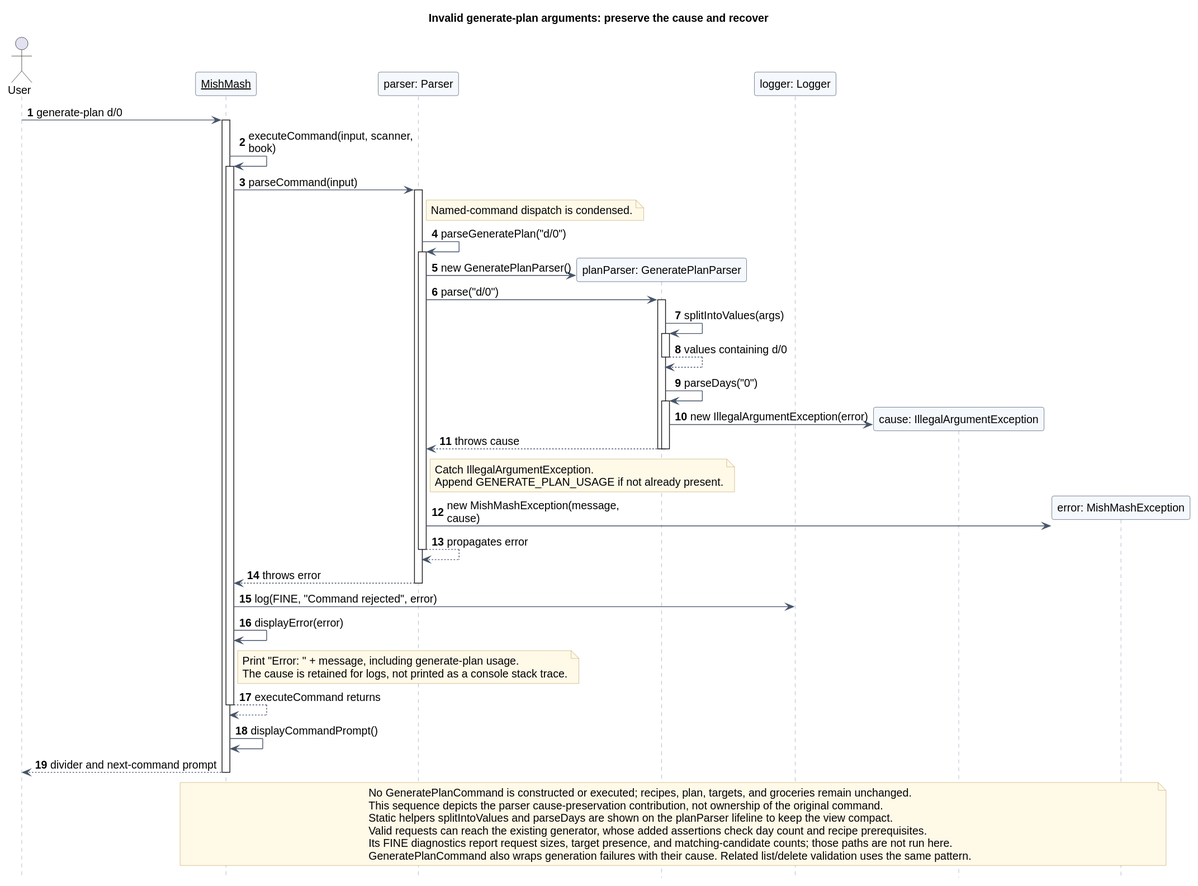
AY2627S1-CS2113-W13-4/tp keeps this PlantUML diagram as docs/images/oilybikechain/diagnostic-recovery.svg. Above is the earlier version. Source of this version:
```plantuml
@startuml
!include ../shortfall/style.iuml
title Invalid generate-plan arguments: preserve the cause and recover
autonumber
actor User
participant "<u>MishMash</u>" as App
participant "parser: Parser" as Parser
participant "planParser: GeneratePlanParser" as PlanParser
participant "logger: Logger" as Logger

User -> App : generate-plan d/0
activate App
App -> App : executeCommand(input, scanner, book)
activate App
App -> Parser : parseCommand(input)
activate Parser
note right of Parser : Named-command dispatch is condensed.
Parser -> Parser : parseGeneratePlan("d/0")
activate Parser
create PlanParser
Parser -> PlanParser : new GeneratePlanParser()
Parser -> PlanParser : parse("d/0")
activate PlanParser
PlanParser -> PlanParser : splitIntoValues(args)
activate PlanParser
PlanParser --> PlanParser : values containing d/0
deactivate PlanParser
PlanParser -> PlanParser : parseDays("0")
activate PlanParser
create participant "cause: IllegalArgumentException" as Cause
PlanParser -> Cause : new IllegalArgumentException(error)
PlanParser --> Parser : throws cause
deactivate PlanParser
deactivate PlanParser
note right of Parser
  Catch IllegalArgumentException.
  Append GENERATE_PLAN_USAGE if not already present.
end note
create participant "error: MishMashException" as Error
Parser -> Error : new MishMashException(message, cause)
Parser --> Parser : propagates error
deactivate Parser
Parser --> App : throws error
deactivate Parser
App -> Logger : log(FINE, "Command rejected", error)
App -> App : displayError(error)
note right of App : Print "Error: " + message, including generate-plan usage.\nThe cause is retained for logs, not printed as a console stack trace.
App --> App : executeCommand returns
deactivate App
App -> App : displayCommandPrompt()
App --> User : divider and next-command prompt
deactivate App

note over App, Error
  No GeneratePlanCommand is constructed or executed; recipes, plan, targets, and groceries remain unchanged.
  This sequence depicts the parser cause-preservation contribution, not ownership of the original command.
  Static helpers splitIntoValues and parseDays are shown on the planParser lifeline to keep the view compact.
  Valid requests can reach the existing generator, whose added assertions check day count and recipe prerequisites.
  Its FINE diagnostics report request sizes, target presence, and matching-candidate counts; those paths are not run here.
  GeneratePlanCommand also wraps generation failures with their cause. Related list/delete validation uses the same pattern.
end note
@enduml
```
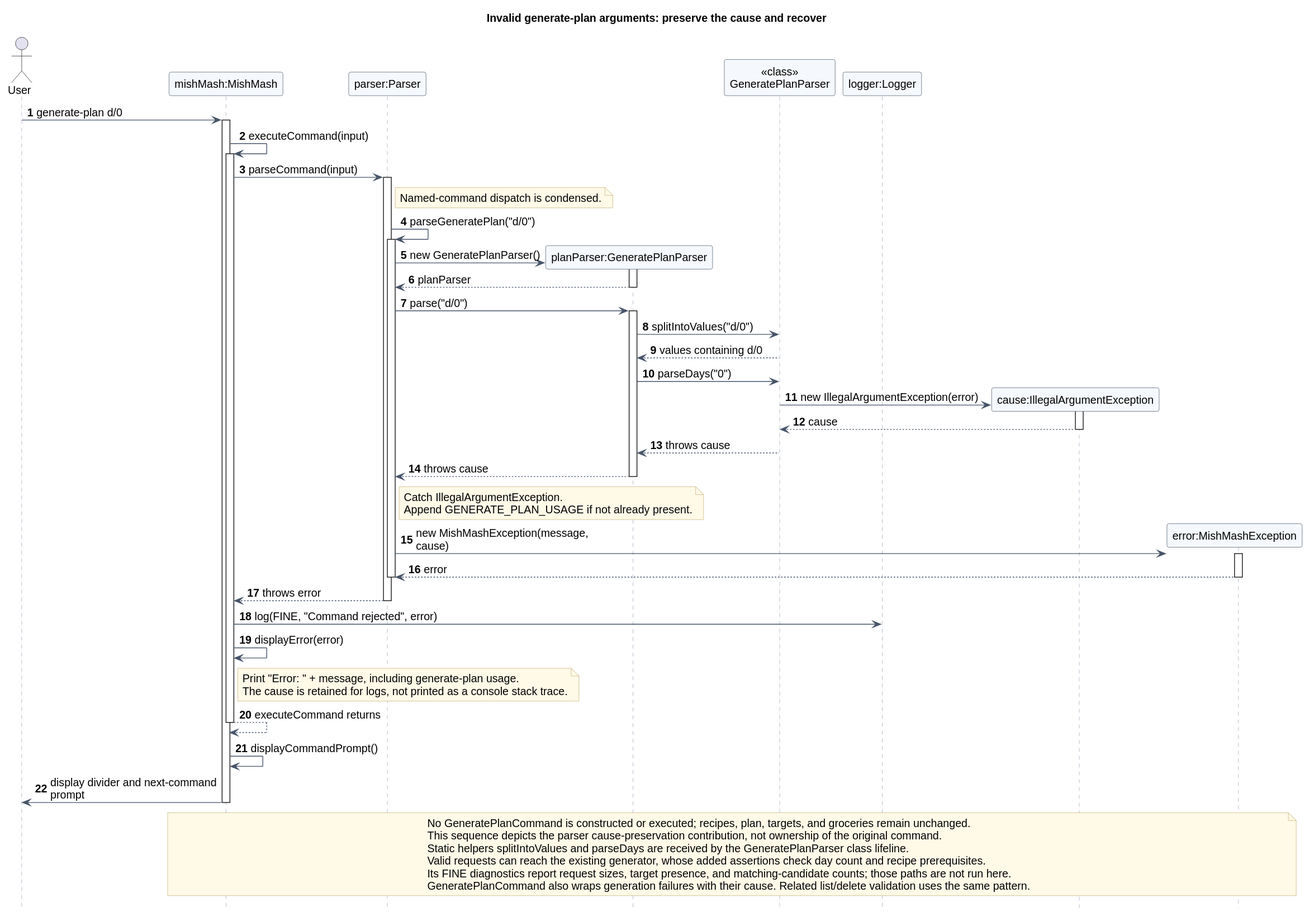
Later version of the same file.

What changed in the source:
```diff
@@ -3,14 +3,15 @@
 title Invalid generate-plan arguments: preserve the cause and recover
 autonumber
 actor User
-participant "<u>MishMash</u>" as App
-participant "parser: Parser" as Parser
-participant "planParser: GeneratePlanParser" as PlanParser
-participant "logger: Logger" as Logger
+participant "mishMash:MishMash" as App
+participant "parser:Parser" as Parser
+participant "planParser:GeneratePlanParser" as PlanParser
+participant "<<class>>\nGeneratePlanParser" as PlanParserClass
+participant "logger:Logger" as Logger
 
 User -> App : generate-plan d/0
 activate App
-App -> App : executeCommand(input, scanner, book)
+App -> App : executeCommand(input)
 activate App
 App -> Parser : parseCommand(input)
 activate Parser
@@ -19,26 +20,31 @@
 activate Parser
 create PlanParser
 Parser -> PlanParser : new GeneratePlanParser()
+activate PlanParser
+PlanParser --> Parser : planParser
+deactivate PlanParser
 Parser -> PlanParser : parse("d/0")
 activate PlanParser
-PlanParser -> PlanParser : splitIntoValues(args)
-activate PlanParser
-PlanParser --> PlanParser : values containing d/0
-deactivate PlanParser
-PlanParser -> PlanParser : parseDays("0")
-activate PlanParser
-create participant "cause: IllegalArgumentException" as Cause
-PlanParser -> Cause : new IllegalArgumentException(error)
+PlanParser -> PlanParserClass : splitIntoValues("d/0")
+PlanParserClass --> PlanParser : values containing d/0
+PlanParser -> PlanParserClass : parseDays("0")
+create participant "cause:IllegalArgumentException" as Cause
+PlanParserClass -> Cause : new IllegalArgumentException(error)
+activate Cause
+Cause --> PlanParserClass : cause
+deactivate Cause
+PlanParserClass --> PlanParser : throws cause
 PlanParser --> Parser : throws cause
-deactivate PlanParser
 deactivate PlanParser
 note right of Parser
   Catch IllegalArgumentException.
   Append GENERATE_PLAN_USAGE if not already present.
 end note
-create participant "error: MishMashException" as Error
+create participant "error:MishMashException" as Error
 Parser -> Error : new MishMashException(message, cause)
-Parser --> Parser : propagates error
+activate Error
+Error --> Parser : error
+deactivate Error
 deactivate Parser
 Parser --> App : throws error
 deactivate Parser
@@ -48,13 +54,13 @@
 App --> App : executeCommand returns
 deactivate App
 App -> App : displayCommandPrompt()
-App --> User : divider and next-command prompt
+App -> User : display divider and next-command prompt
 deactivate App
 
 note over App, Error
   No GeneratePlanCommand is constructed or executed; recipes, plan, targets, and groceries remain unchanged.
   This sequence depicts the parser cause-preservation contribution, not ownership of the original command.
-  Static helpers splitIntoValues and parseDays are shown on the planParser lifeline to keep the view compact.
+  Static helpers splitIntoValues and parseDays are received by the GeneratePlanParser class lifeline.
   Valid requests can reach the existing generator, whose added assertions check day count and recipe prerequisites.
   Its FINE diagnostics report request sizes, target presence, and matching-candidate counts; those paths are not run here.
   GeneratePlanCommand also wraps generation failures with their cause. Related list/delete validation uses the same pattern.
```
